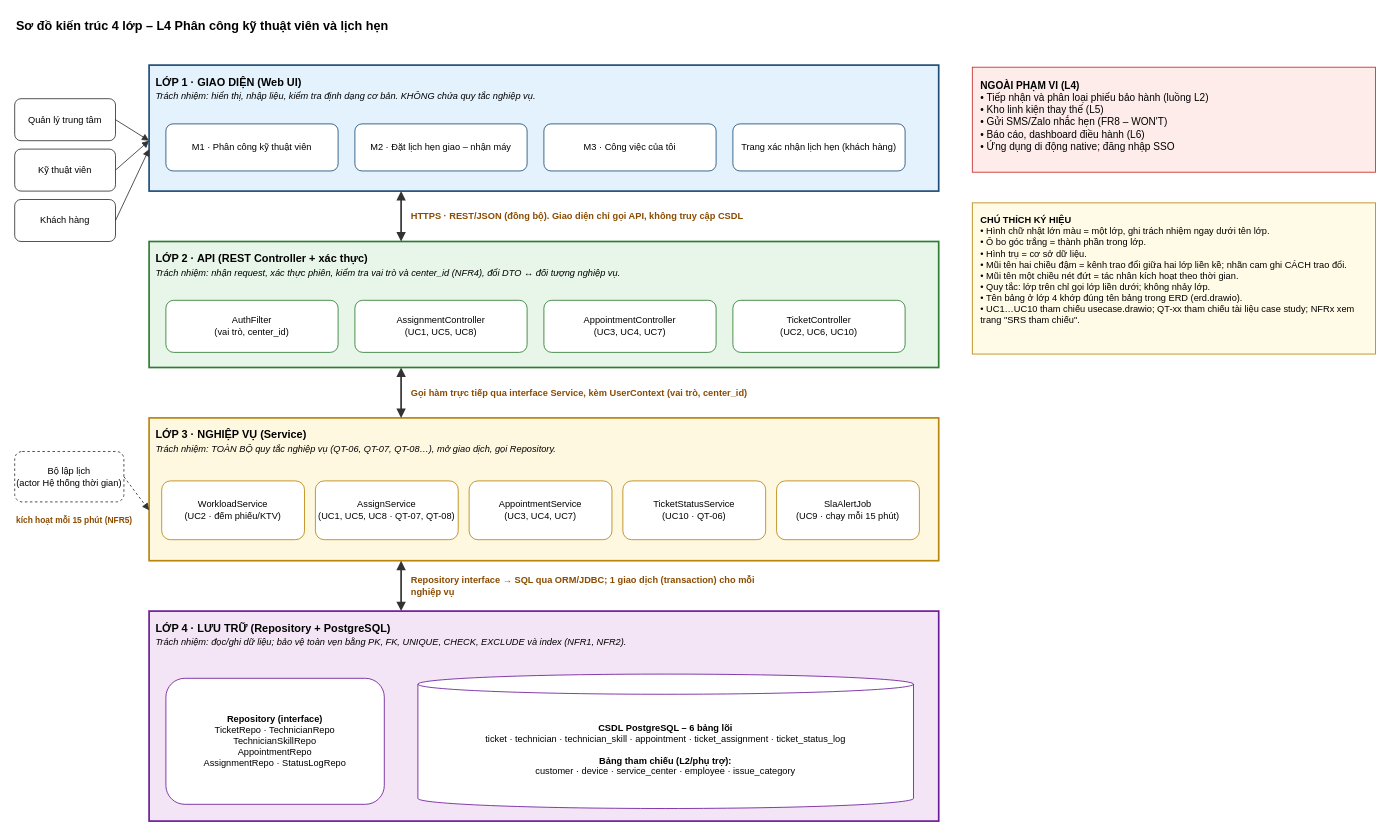
long191105/smartcrm-2374802010281-phan_cong_ky_thuat_vien keeps this draw.io diagram as docs/architecture.drawio. Above is the earlier version. Source tidied: cells renumbered, new cells numbered last; positions are measured from the earlier drawing's top-left corner, leaving out a move shared by most shapes. Both pictures are drawn from the tidied source at 84%, with x=0, y=0 at pixel (14, 14).
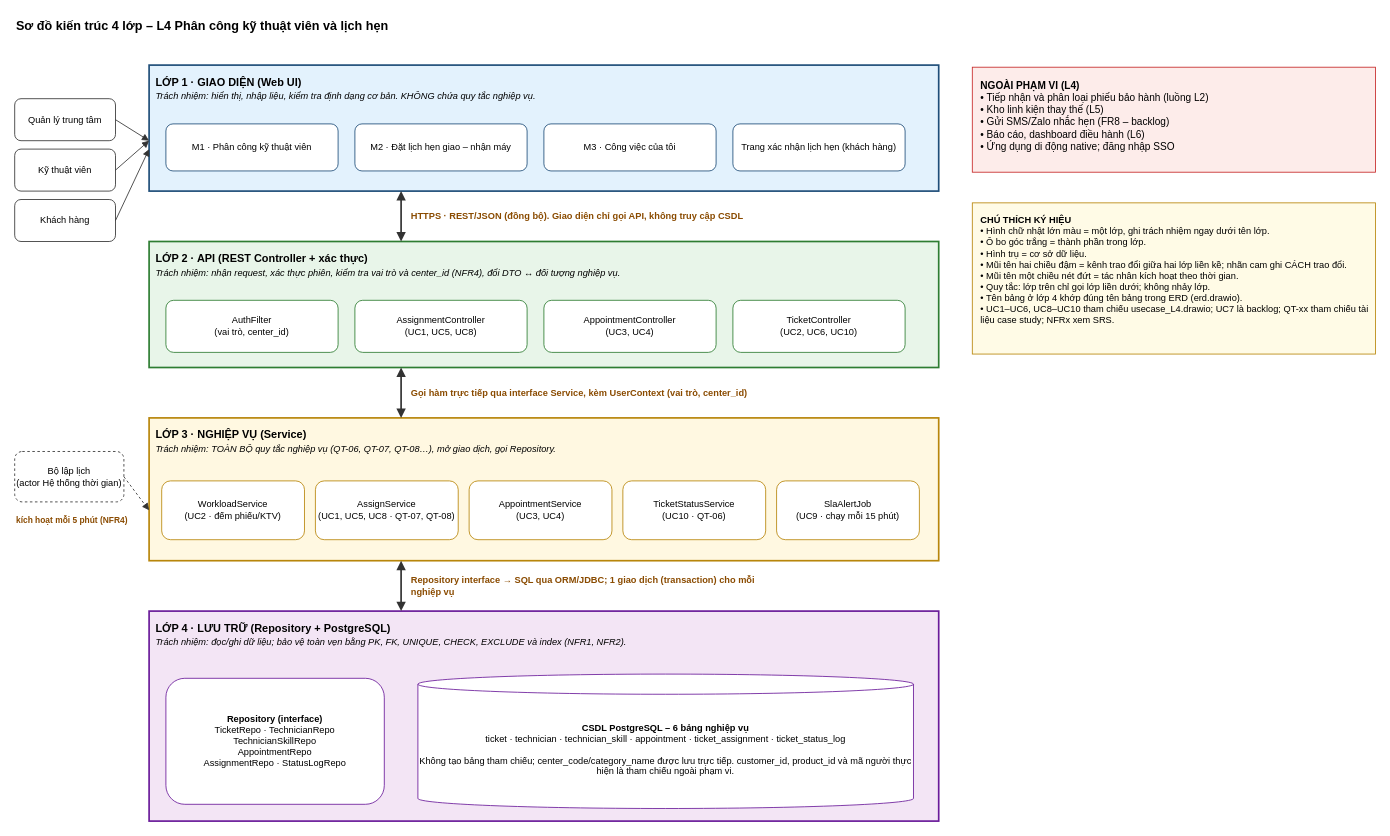
The same page after the edit.

The edit, as a diff of the source:
```diff
@@
-    <mxCell id="11" value="AppointmentController&lt;br&gt;(UC3, UC4, UC7)" style="rounded=1;whiteSpace=wrap;html=1;fillColor=#FFFFFF;strokeColor=#2E7D32;fontSize=11;" parent="1" vertex="1">
+    <mxCell id="11" value="AppointmentController&lt;br&gt;(UC3, UC4)" style="rounded=1;whiteSpace=wrap;html=1;fillColor=#FFFFFF;strokeColor=#2E7D32;fontSize=11;" parent="1" vertex="1">
       <mxGeometry x="630" y="340" width="205" height="62" as="geometry" />
     </mxCell>
@@
-    <mxCell id="16" value="AppointmentService&lt;br&gt;(UC3, UC4, UC7)" style="rounded=1;whiteSpace=wrap;html=1;fillColor=#FFFFFF;strokeColor=#B8860B;fontSize=11;" parent="1" vertex="1">
+    <mxCell id="16" value="AppointmentService&lt;br&gt;(UC3, UC4)" style="rounded=1;whiteSpace=wrap;html=1;fillColor=#FFFFFF;strokeColor=#B8860B;fontSize=11;" parent="1" vertex="1">
       <mxGeometry x="541" y="555" width="170" height="70" as="geometry" />
     </mxCell>
@@
-    <mxCell id="21" value="&lt;b&gt;CSDL PostgreSQL – 6 bảng lõi&lt;/b&gt;&lt;br&gt;ticket · technician · technician_skill · appointment · ticket_assignment · ticket_status_log&lt;br&gt;&lt;br&gt;&lt;b&gt;Bảng tham chiếu (L2/phụ trợ):&lt;/b&gt;&lt;br&gt;customer · device · service_center · employee · issue_category" style="shape=cylinder3;whiteSpace=wrap;html=1;boundedLbl=1;backgroundOutline=1;size=12;fillColor=#FFFFFF;strokeColor=#6A1B9A;fontSize=11;verticalAlign=middle;" parent="1" vertex="1">
+    <mxCell id="21" value="&lt;b&gt;CSDL PostgreSQL – 6 bảng nghiệp vụ&lt;/b&gt;&lt;br&gt;ticket · technician · technician_skill · appointment · ticket_assignment · ticket_status_log&lt;br&gt;&lt;br&gt;Không tạo bảng tham chiếu; center_code/category_name được lưu trực tiếp. customer_id, product_id và mã người thực hiện là tham chiếu ngoài phạm vi." style="shape=cylinder3;whiteSpace=wrap;html=1;boundedLbl=1;backgroundOutline=1;size=12;fillColor=#FFFFFF;strokeColor=#6A1B9A;fontSize=11;verticalAlign=middle;" parent="1" vertex="1">
       <mxGeometry x="480" y="785" width="590" height="160" as="geometry" />
     </mxCell>
@@
-    <mxCell id="36" value="kích hoạt mỗi 15 phút (NFR5)" style="text;html=1;whiteSpace=wrap;align=left;fontSize=10;fontColor=#8A4B00;fontStyle=1;" parent="1" vertex="1">
+    <mxCell id="36" value="kích hoạt mỗi 5 phút (NFR4)" style="text;html=1;whiteSpace=wrap;align=left;fontSize=10;fontColor=#8A4B00;fontStyle=1;" parent="1" vertex="1">
       <mxGeometry y="590" width="150" height="40" as="geometry" />
     </mxCell>
-    <mxCell id="37" value="&lt;b&gt;NGOÀI PHẠM VI (L4)&lt;/b&gt;&lt;br&gt;• Tiếp nhận và phân loại phiếu bảo hành (luồng L2)&lt;br&gt;• Kho linh kiện thay thế (L5)&lt;br&gt;• Gửi SMS/Zalo nhắc hẹn (FR8 – WON'T)&lt;br&gt;• Báo cáo, dashboard điều hành (L6)&lt;br&gt;• Ứng dụng di động native; đăng nhập SSO" style="rounded=0;whiteSpace=wrap;html=1;align=left;verticalAlign=top;spacing=10;fillColor=#FDECEA;strokeColor=#C62828;strokeWidth=1;fontSize=12;" parent="1" vertex="1">
+    <mxCell id="37" value="&lt;b&gt;NGOÀI PHẠM VI (L4)&lt;/b&gt;&lt;br&gt;• Tiếp nhận và phân loại phiếu bảo hành (luồng L2)&lt;br&gt;• Kho linh kiện thay thế (L5)&lt;br&gt;• Gửi SMS/Zalo nhắc hẹn (FR8 – backlog)&lt;br&gt;• Báo cáo, dashboard điều hành (L6)&lt;br&gt;• Ứng dụng di động native; đăng nhập SSO" style="rounded=0;whiteSpace=wrap;html=1;align=left;verticalAlign=top;spacing=10;fillColor=#FDECEA;strokeColor=#C62828;strokeWidth=1;fontSize=12;" parent="1" vertex="1">
       <mxGeometry x="1140" y="62.5" width="480" height="125" as="geometry" />
     </mxCell>
-    <mxCell id="38" value="&lt;b&gt;CHÚ THÍCH KÝ HIỆU&lt;/b&gt;&lt;br&gt;• Hình chữ nhật lớn màu = một lớp, ghi trách nhiệm ngay dưới tên lớp.&lt;br&gt;• Ô bo góc trắng = thành phần trong lớp.&lt;br&gt;• Hình trụ = cơ sở dữ liệu.&lt;br&gt;• Mũi tên hai chiều đậm = kênh trao đổi giữa hai lớp liền kề; nhãn cam ghi CÁCH trao đổi.&lt;br&gt;• Mũi tên một chiều nét đứt = tác nhân kích hoạt theo thời gian.&lt;br&gt;• Quy tắc: lớp trên chỉ gọi lớp liền dưới; không nhảy lớp.&lt;br&gt;• Tên bảng ở lớp 4 khớp đúng tên bảng trong ERD (erd.drawio).&lt;br&gt;• UC1…UC10 tham chiếu usecase.drawio; QT-xx tham chiếu tài liệu case study; NFRx xem trang &quot;SRS tham chiếu&quot;." style="rounded=0;whiteSpace=wrap;html=1;align=left;verticalAlign=top;spacing=10;fillColor=#FFFBE6;strokeColor=#B8860B;strokeWidth=1;fontSize=11;" parent="1" vertex="1">
+    <mxCell id="38" value="&lt;b&gt;CHÚ THÍCH KÝ HIỆU&lt;/b&gt;&lt;br&gt;• Hình chữ nhật lớn màu = một lớp, ghi trách nhiệm ngay dưới tên lớp.&lt;br&gt;• Ô bo góc trắng = thành phần trong lớp.&lt;br&gt;• Hình trụ = cơ sở dữ liệu.&lt;br&gt;• Mũi tên hai chiều đậm = kênh trao đổi giữa hai lớp liền kề; nhãn cam ghi CÁCH trao đổi.&lt;br&gt;• Mũi tên một chiều nét đứt = tác nhân kích hoạt theo thời gian.&lt;br&gt;• Quy tắc: lớp trên chỉ gọi lớp liền dưới; không nhảy lớp.&lt;br&gt;• Tên bảng ở lớp 4 khớp đúng tên bảng trong ERD (erd.drawio).&lt;br&gt;• UC1–UC6, UC8–UC10 tham chiếu usecase_L4.drawio; UC7 là backlog; QT-xx tham chiếu tài liệu case study; NFRx xem SRS." style="rounded=0;whiteSpace=wrap;html=1;align=left;verticalAlign=top;spacing=10;fillColor=#FFFBE6;strokeColor=#B8860B;strokeWidth=1;fontSize=11;" parent="1" vertex="1">
       <mxGeometry x="1140" y="224" width="480" height="180" as="geometry" />
     </mxCell>
```
